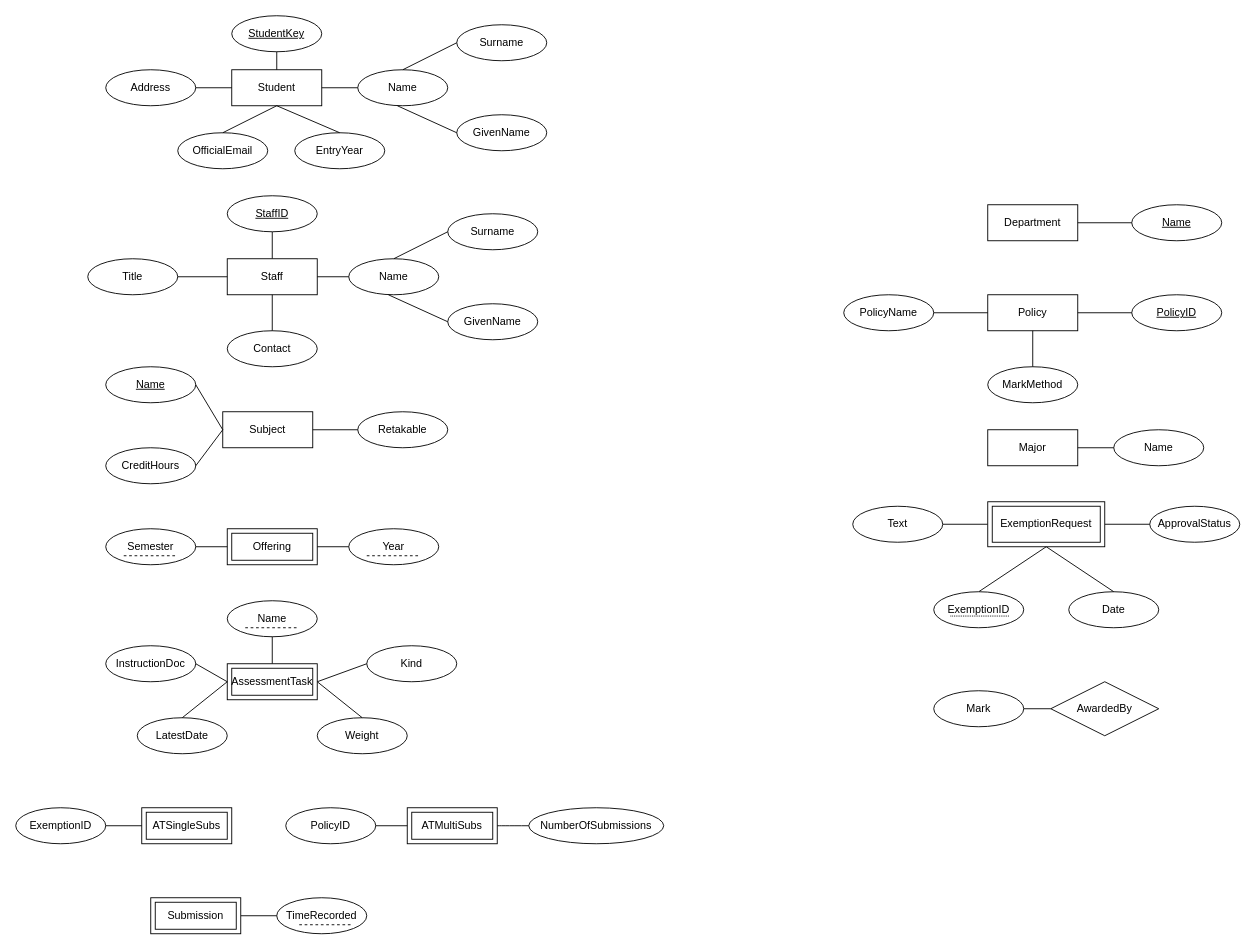
NguyenChHieu/graphs keeps this draw.io diagram as isys2120a2Attr.drawio. Above is the earlier version. Source tidied: cells renumbered, new cells numbered last; positions are measured from the earlier drawing's top-left corner, leaving out a move shared by most shapes. Both pictures are drawn from the tidied source at 90%, with x=0, y=0 at pixel (15, 15).
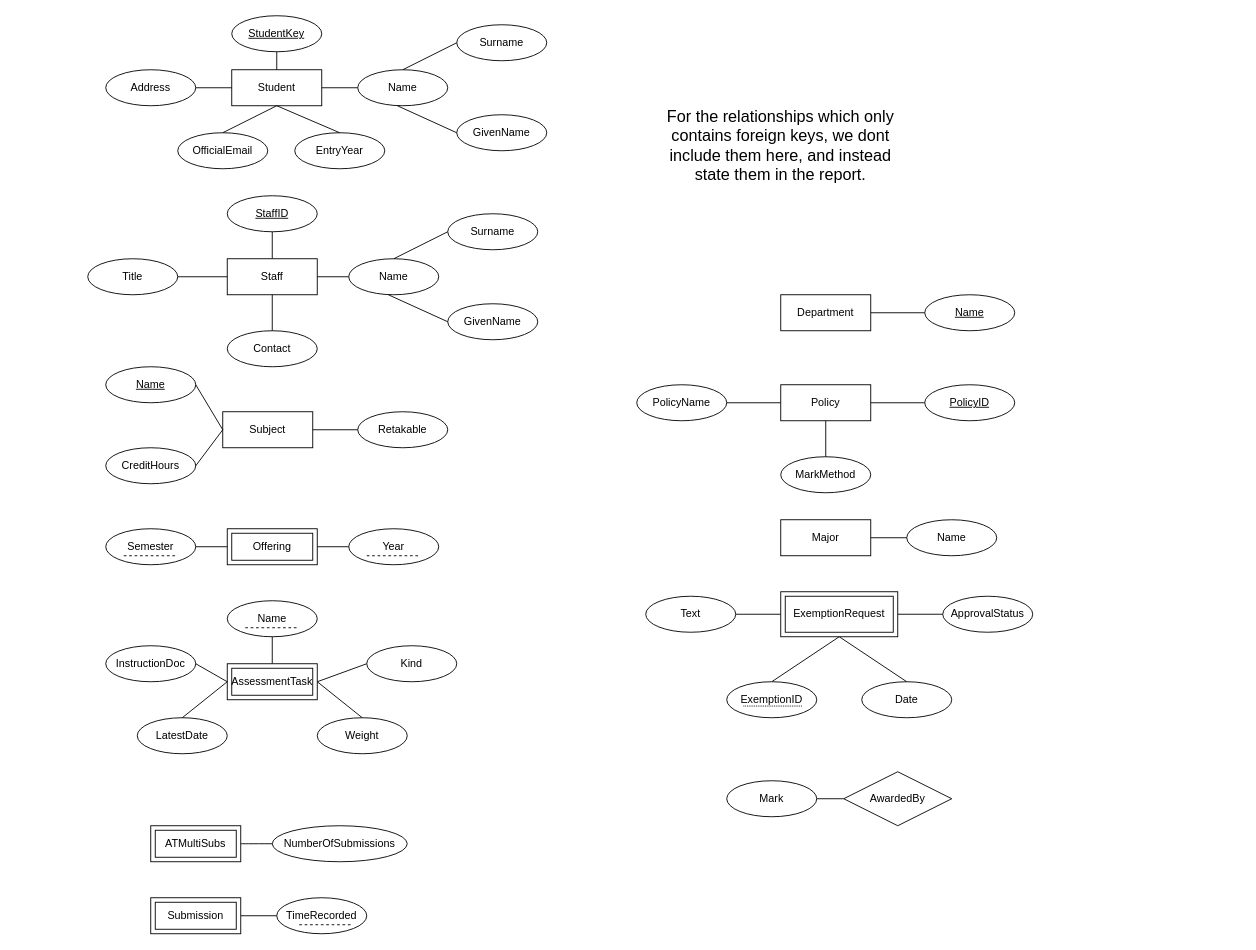
The same page after the edit.

Change to the diagram source:
```diff
@@
     <mxCell id="20" value="Policy" style="whiteSpace=wrap;html=1;align=center;" parent="1" vertex="1">
-      <mxGeometry x="1080" y="310" width="100" height="40" as="geometry" />
+      <mxGeometry x="850" y="410" width="100" height="40" as="geometry" />
     </mxCell>
     <mxCell id="21" value="Department" style="whiteSpace=wrap;html=1;align=center;" parent="1" vertex="1">
-      <mxGeometry x="1080" y="210" width="100" height="40" as="geometry" />
+      <mxGeometry x="850" y="310" width="100" height="40" as="geometry" />
     </mxCell>
@@
     <mxCell id="54" value="ApprovalStatus" style="ellipse;whiteSpace=wrap;html=1;align=center;" parent="1" vertex="1">
-      <mxGeometry x="1260" y="545" width="100" height="40" as="geometry" />
+      <mxGeometry x="1030" y="645" width="100" height="40" as="geometry" />
     </mxCell>
     <mxCell id="55" value="Date" style="ellipse;whiteSpace=wrap;html=1;align=center;" parent="1" vertex="1">
-      <mxGeometry x="1170" y="640" width="100" height="40" as="geometry" />
+      <mxGeometry x="940" y="740" width="100" height="40" as="geometry" />
     </mxCell>
     <mxCell id="56" value="Name" style="ellipse;whiteSpace=wrap;html=1;align=center;" parent="1" vertex="1">
-      <mxGeometry x="1220" y="460" width="100" height="40" as="geometry" />
+      <mxGeometry x="990" y="560" width="100" height="40" as="geometry" />
     </mxCell>
-    <mxCell id="57" value="PolicyID" style="ellipse;whiteSpace=wrap;html=1;align=center;" parent="1" vertex="1">
-      <mxGeometry x="300" y="880" width="100" height="40" as="geometry" />
-    </mxCell>
     <mxCell id="58" value="MarkMethod" style="ellipse;whiteSpace=wrap;html=1;align=center;" parent="1" vertex="1">
-      <mxGeometry x="1080" y="390" width="100" height="40" as="geometry" />
+      <mxGeometry x="850" y="490" width="100" height="40" as="geometry" />
     </mxCell>
     <mxCell id="59" value="PolicyName" style="ellipse;whiteSpace=wrap;html=1;align=center;" parent="1" vertex="1">
-      <mxGeometry x="920" y="310" width="100" height="40" as="geometry" />
+      <mxGeometry x="690" y="410" width="100" height="40" as="geometry" />
     </mxCell>
     <mxCell id="60" value="&lt;u&gt;PolicyID&lt;/u&gt;" style="ellipse;whiteSpace=wrap;html=1;align=center;" parent="1" vertex="1">
-      <mxGeometry x="1240" y="310" width="100" height="40" as="geometry" />
+      <mxGeometry x="1010" y="410" width="100" height="40" as="geometry" />
     </mxCell>
     <mxCell id="61" value="&lt;u&gt;Name&lt;/u&gt;" style="ellipse;whiteSpace=wrap;html=1;align=center;" parent="1" vertex="1">
-      <mxGeometry x="1240" y="210" width="100" height="40" as="geometry" />
+      <mxGeometry x="1010" y="310" width="100" height="40" as="geometry" />
     </mxCell>
@@
     <mxCell id="78" value="ATMultiSubs" style="shape=ext;margin=3;double=1;whiteSpace=wrap;html=1;align=center;" parent="1" vertex="1">
-      <mxGeometry x="435" y="880" width="100" height="40" as="geometry" />
+      <mxGeometry x="150" y="900" width="100" height="40" as="geometry" />
     </mxCell>
-    <mxCell id="79" style="endArrow=none;html=1;rounded=0;entryX=0;entryY=0.5;entryDx=0;entryDy=0;exitX=1;exitY=0.5;exitDx=0;exitDy=0;" parent="1" edge="1" source="57" target="78">
-      <mxGeometry relative="1" as="geometry" />
-    </mxCell>
     <mxCell id="80" value="Major" style="whiteSpace=wrap;html=1;align=center;" parent="1" vertex="1">
-      <mxGeometry x="1080" y="460" width="100" height="40" as="geometry" />
+      <mxGeometry x="850" y="560" width="100" height="40" as="geometry" />
     </mxCell>
@@
     <mxCell id="82" value="Text" style="ellipse;whiteSpace=wrap;html=1;align=center;" parent="1" vertex="1">
-      <mxGeometry x="930" y="545" width="100" height="40" as="geometry" />
+      <mxGeometry x="700" y="645" width="100" height="40" as="geometry" />
     </mxCell>
     <mxCell id="83" value="AwardedBy" style="shape=rhombus;perimeter=rhombusPerimeter;whiteSpace=wrap;html=1;align=center;" parent="1" vertex="1">
-      <mxGeometry x="1150" y="740" width="120" height="60" as="geometry" />
+      <mxGeometry x="920" y="840" width="120" height="60" as="geometry" />
     </mxCell>
     <mxCell id="84" value="Mark" style="ellipse;whiteSpace=wrap;html=1;align=center;" parent="1" vertex="1">
-      <mxGeometry x="1020" y="750" width="100" height="40" as="geometry" />
+      <mxGeometry x="790" y="850" width="100" height="40" as="geometry" />
     </mxCell>
     <mxCell id="85" value="ExemptionRequest" style="shape=ext;margin=3;double=1;whiteSpace=wrap;html=1;align=center;" parent="1" vertex="1">
-      <mxGeometry x="1080" y="540" width="130" height="50" as="geometry" />
+      <mxGeometry x="850" y="640" width="130" height="50" as="geometry" />
     </mxCell>
@@
     <mxCell id="87" value="&lt;span style=&quot;border-bottom: 1px dotted&quot;&gt;ExemptionID&lt;/span&gt;" style="ellipse;whiteSpace=wrap;html=1;align=center;" parent="1" vertex="1">
-      <mxGeometry x="1020" y="640" width="100" height="40" as="geometry" />
+      <mxGeometry x="790" y="740" width="100" height="40" as="geometry" />
     </mxCell>
-    <mxCell id="88" value="ATSingleSubs" style="shape=ext;margin=3;double=1;whiteSpace=wrap;html=1;align=center;" parent="1" vertex="1">
-      <mxGeometry x="140" y="880" width="100" height="40" as="geometry" />
-    </mxCell>
-    <mxCell id="89" value="ExemptionID" style="ellipse;whiteSpace=wrap;html=1;align=center;" parent="1" vertex="1">
-      <mxGeometry y="880" width="100" height="40" as="geometry" />
-    </mxCell>
-    <mxCell id="90" style="endArrow=none;html=1;rounded=0;exitX=1;exitY=0.5;exitDx=0;exitDy=0;entryX=0;entryY=0.5;entryDx=0;entryDy=0;" parent="1" edge="1" source="89" target="88">
-      <mxGeometry relative="1" as="geometry" />
-    </mxCell>
     <mxCell id="91" value="NumberOfSubmissions" style="ellipse;whiteSpace=wrap;html=1;align=center;" parent="1" vertex="1">
-      <mxGeometry x="570" y="880" width="150" height="40" as="geometry" />
+      <mxGeometry x="285" y="900" width="150" height="40" as="geometry" />
     </mxCell>
@@
+    <mxCell id="93" value="&lt;font style=&quot;font-size: 18px;&quot;&gt;For the relationships which only contains foreign keys, we dont include them here, and instead state them in the report.&lt;/font&gt;" style="text;html=1;align=center;verticalAlign=middle;whiteSpace=wrap;rounded=0;" parent="1" vertex="1">
+      <mxGeometry x="710" y="60" width="280" height="170" as="geometry" />
+    </mxCell>
```
